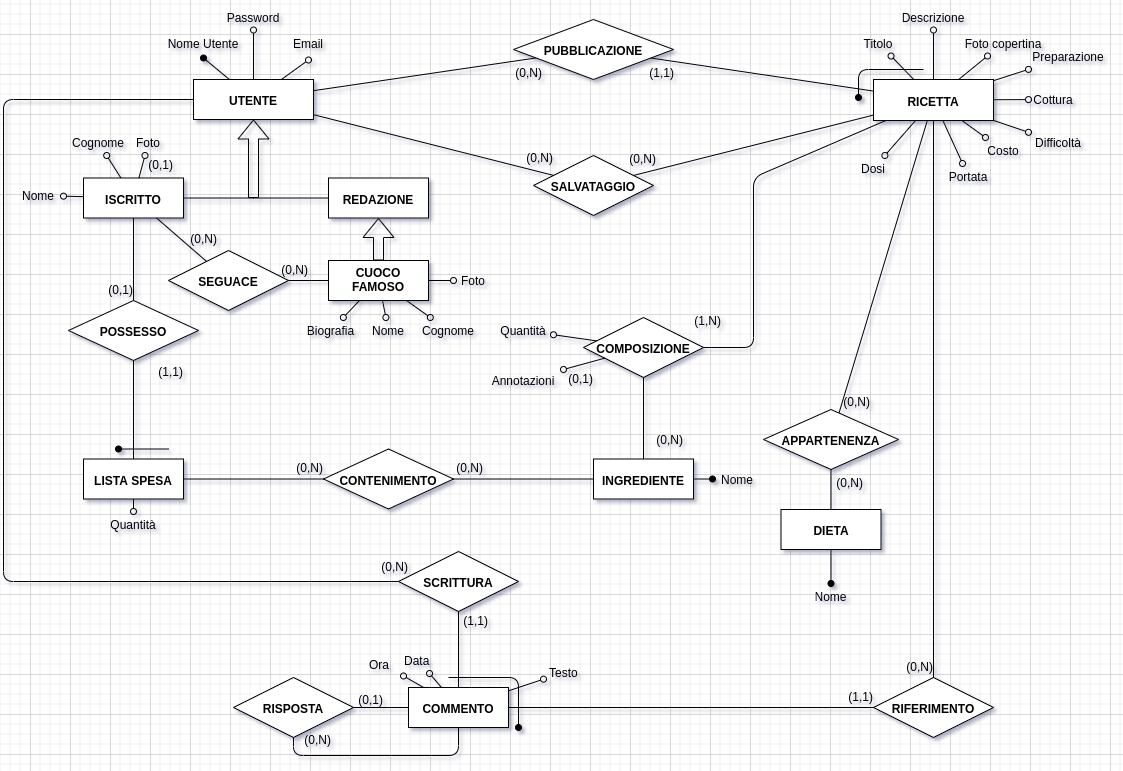
Before: progetto/er1.png, a diagram exported from draw.io (m0canu1/database). Source tidied: cells renumbered, new cells last; positions are measured from the earlier drawing's top-left corner, leaving out a move shared by most shapes.
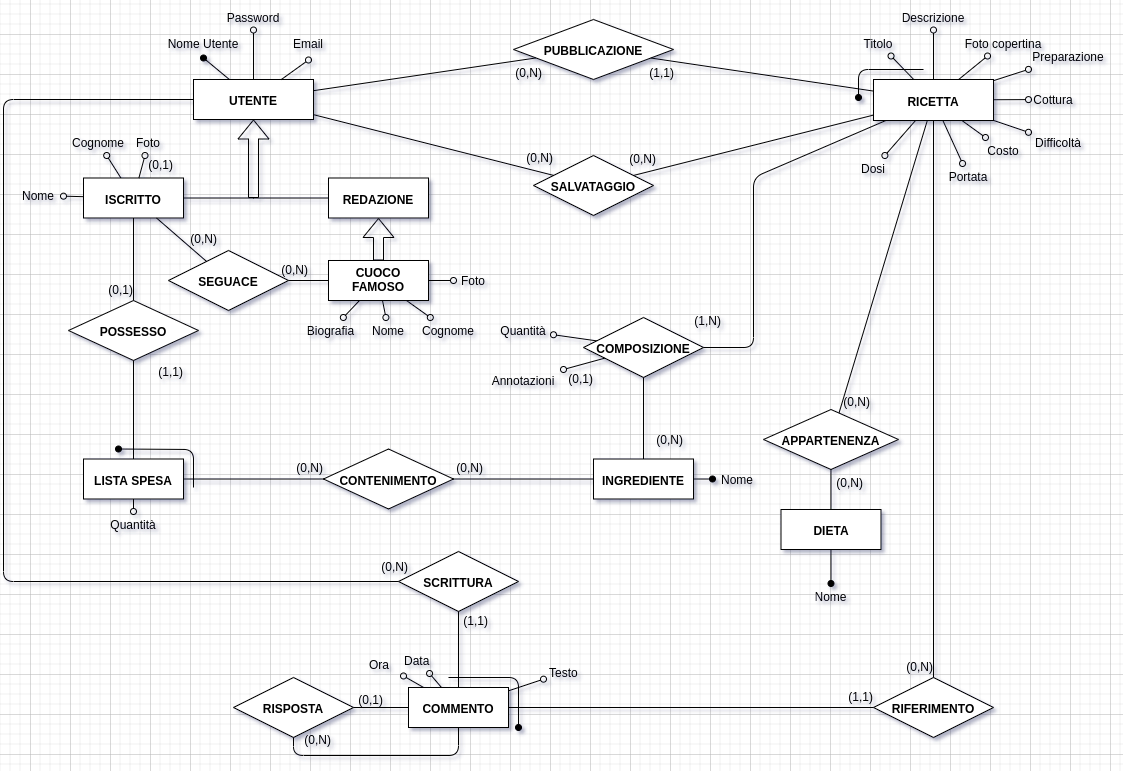
Later version of the same file.

What changed in the source:
```diff
@@ -116,10 +116,13 @@
     <mxCell id="39" value="CONTENIMENTO" style="shape=rhombus;perimeter=rhombusPerimeter;whiteSpace=wrap;html=1;align=center;fontStyle=1;" parent="1" vertex="1">
       <mxGeometry x="320" y="445.5" width="130" height="60" as="geometry" />
     </mxCell>
-    <mxCell id="40" style="edgeStyle=none;rounded=0;orthogonalLoop=1;jettySize=auto;html=1;endArrow=oval;endFill=1;" parent="1" edge="1">
+    <mxCell id="40" style="edgeStyle=none;rounded=1;orthogonalLoop=1;jettySize=auto;html=1;endArrow=oval;endFill=1;" parent="1" edge="1">
       <mxGeometry relative="1" as="geometry">
-        <mxPoint x="165" y="445.5" as="sourcePoint" />
+        <mxPoint x="190" y="484" as="sourcePoint" />
         <mxPoint x="115" y="445.5" as="targetPoint" />
+        <Array as="points">
+          <mxPoint x="190" y="446" />
+        </Array>
       </mxGeometry>
     </mxCell>
     <mxCell id="41" style="edgeStyle=none;rounded=0;jettySize=auto;html=1;startArrow=none;startFill=0;endArrow=oval;endFill=0;" parent="1" edge="1" source="42" target="121">
```
